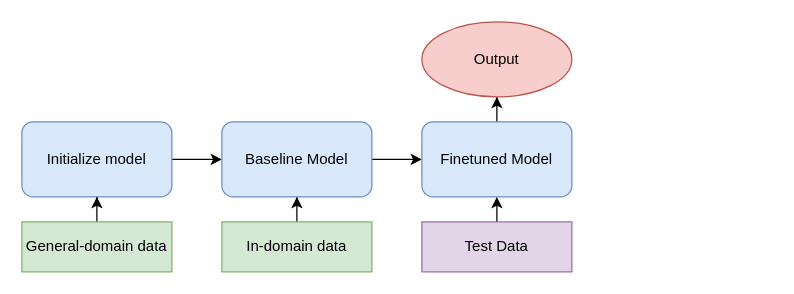
Above: finetune_with_xfer.drawio in babangain/drawio (draw.io), before the change. Source tidied: cells renumbered, new cells numbered last; positions are measured from the earlier drawing's top-left corner, leaving out a move shared by most shapes. Both pictures are drawn from the tidied source at 125%, with x=0, y=0 at pixel (21, 21).
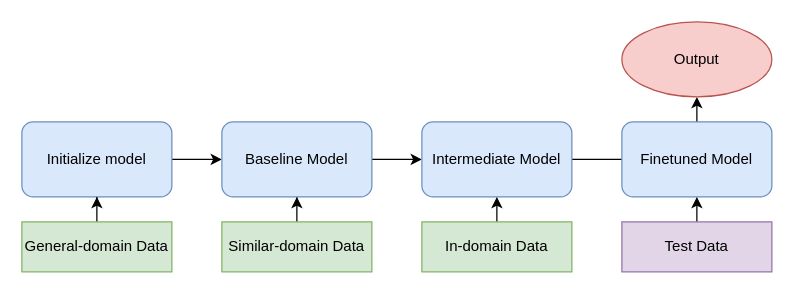
Above is the later version.

What changed in the source:
```diff
@@
 <mxGraphModel>
   <root>
     <mxCell id="0" />
     <mxCell id="1" parent="0" />
     <mxCell id="2" style="edgeStyle=orthogonalEdgeStyle;rounded=0;jettySize=auto;html=1;" parent="1" edge="1" source="3" target="9">
       <mxGeometry relative="1" as="geometry" />
     </mxCell>
     <mxCell id="3" value="Initialize model" style="rounded=1;whiteSpace=wrap;html=1;fillColor=#dae8fc;strokeColor=#6c8ebf;" parent="1" vertex="1">
       <mxGeometry y="80" width="120" height="60" as="geometry" />
     </mxCell>
     <mxCell id="4" style="edgeStyle=orthogonalEdgeStyle;rounded=0;jettySize=auto;html=1;" parent="1" edge="1" source="5" target="3">
       <mxGeometry relative="1" as="geometry" />
     </mxCell>
-    <mxCell id="5" value="General-domain data" style="rounded=0;whiteSpace=wrap;html=1;fillColor=#d5e8d4;strokeColor=#82b366;" parent="1" vertex="1">
+    <mxCell id="5" value="General-domain Data" style="rounded=0;whiteSpace=wrap;html=1;fillColor=#d5e8d4;strokeColor=#82b366;" parent="1" vertex="1">
       <mxGeometry y="160" width="120" height="40" as="geometry" />
     </mxCell>
     <mxCell id="6" style="edgeStyle=orthogonalEdgeStyle;rounded=0;jettySize=auto;html=1;" parent="1" edge="1" source="7" target="9">
       <mxGeometry relative="1" as="geometry" />
     </mxCell>
-    <mxCell id="7" value="In-domain data" style="rounded=0;whiteSpace=wrap;html=1;fillColor=#d5e8d4;strokeColor=#82b366;" parent="1" vertex="1">
+    <mxCell id="7" value="Similar-domain Data" style="rounded=0;whiteSpace=wrap;html=1;fillColor=#d5e8d4;strokeColor=#82b366;" parent="1" vertex="1">
       <mxGeometry x="160" y="160" width="120" height="40" as="geometry" />
     </mxCell>
     <mxCell id="8" style="edgeStyle=orthogonalEdgeStyle;rounded=0;jettySize=auto;html=1;" parent="1" edge="1" source="9" target="11">
       <mxGeometry relative="1" as="geometry" />
     </mxCell>
     <mxCell id="9" value="Baseline Model" style="rounded=1;whiteSpace=wrap;html=1;fillColor=#dae8fc;strokeColor=#6c8ebf;" parent="1" vertex="1">
       <mxGeometry x="160" y="80" width="120" height="60" as="geometry" />
     </mxCell>
     <mxCell id="10" style="edgeStyle=orthogonalEdgeStyle;rounded=0;jettySize=auto;html=1;" parent="1" edge="1" source="11" target="14">
       <mxGeometry relative="1" as="geometry" />
     </mxCell>
-    <mxCell id="11" value="Finetuned Model" style="whiteSpace=wrap;html=1;fillColor=#dae8fc;strokeColor=#6c8ebf;rounded=1;" parent="1" vertex="1">
+    <mxCell id="11" value="Intermediate Model" style="whiteSpace=wrap;html=1;fillColor=#dae8fc;strokeColor=#6c8ebf;rounded=1;" parent="1" vertex="1">
       <mxGeometry x="320" y="80" width="120" height="60" as="geometry" />
     </mxCell>
     <mxCell id="12" style="edgeStyle=orthogonalEdgeStyle;rounded=0;jettySize=auto;html=1;" parent="1" edge="1" source="13">
       <mxGeometry relative="1" as="geometry">
         <mxPoint x="380" y="140" as="targetPoint" />
       </mxGeometry>
     </mxCell>
-    <mxCell id="13" value="Test Data" style="rounded=0;whiteSpace=wrap;html=1;fillColor=#e1d5e7;strokeColor=#9673a6;" parent="1" vertex="1">
+    <mxCell id="13" value="In-domain Data" style="rounded=0;whiteSpace=wrap;html=1;fillColor=#d5e8d4;strokeColor=#82b366;" parent="1" vertex="1">
       <mxGeometry x="320" y="160" width="120" height="40" as="geometry" />
     </mxCell>
     <mxCell id="14" value="Output" style="ellipse;whiteSpace=wrap;html=1;fillColor=#f8cecc;strokeColor=#b85450;rounded=1;" parent="1" vertex="1">
-      <mxGeometry x="320" width="120" height="60" as="geometry" />
+      <mxGeometry x="480" width="120" height="60" as="geometry" />
     </mxCell>
+    <mxCell id="15" value="Finetuned Model" style="whiteSpace=wrap;html=1;fillColor=#dae8fc;strokeColor=#6c8ebf;rounded=1;" parent="1" vertex="1">
+      <mxGeometry x="480" y="80" width="120" height="60" as="geometry" />
+    </mxCell>
+    <mxCell id="16" style="edgeStyle=orthogonalEdgeStyle;rounded=0;jettySize=auto;html=1;" parent="1" edge="1" source="17">
+      <mxGeometry relative="1" as="geometry">
+        <mxPoint x="540" y="140" as="targetPoint" />
+      </mxGeometry>
+    </mxCell>
+    <mxCell id="17" value="Test Data" style="rounded=0;whiteSpace=wrap;html=1;fillColor=#e1d5e7;strokeColor=#9673a6;" parent="1" vertex="1">
+      <mxGeometry x="480" y="160" width="120" height="40" as="geometry" />
+    </mxCell>
   </root>
 </mxGraphModel>
```
